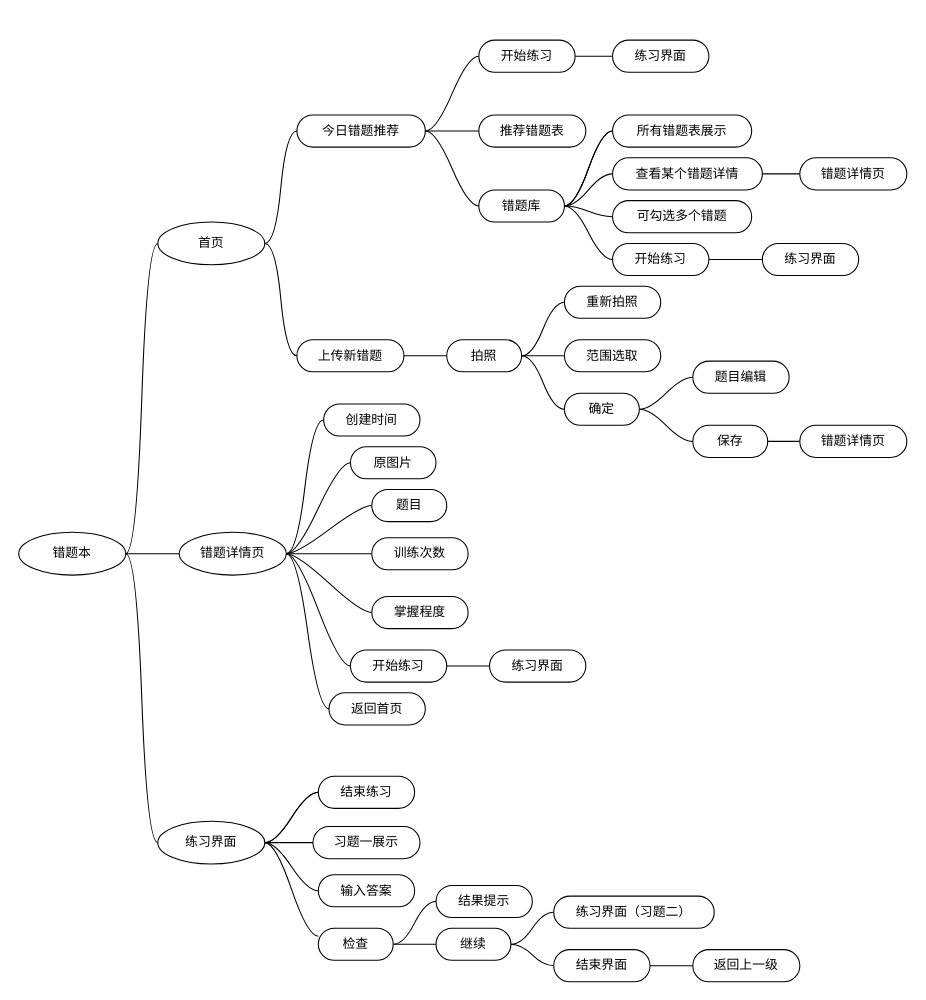
This is page "Product Structure Diagram" (3 of 5) of Diagram/ Error Book Diagram.drawio from RickYangzz/AI_Education, a draw.io file, before an edit. Source tidied: cells renumbered, new cells numbered last; positions are measured from the earlier drawing's top-left corner, leaving out a move shared by most shapes. Both pictures are drawn from the tidied source at 107%, with x=0, y=0 at pixel (18, 40).
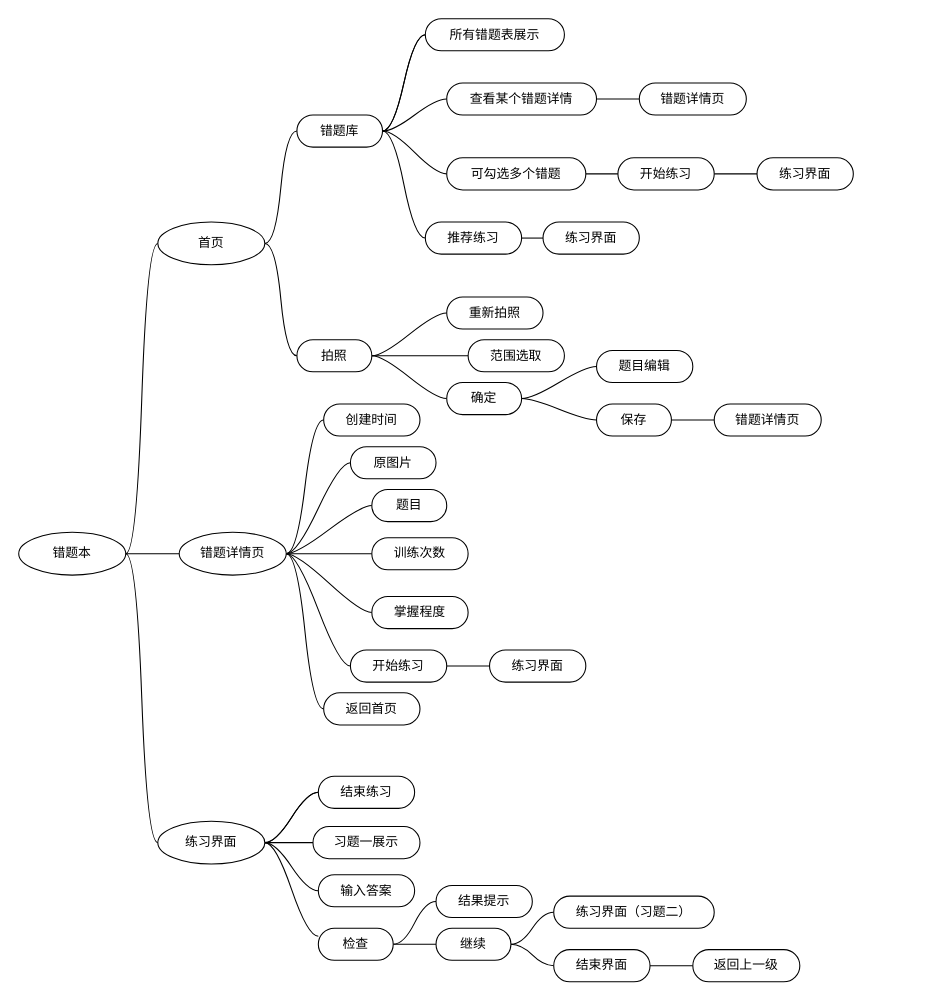
The same page after the edit.

Commit message:
feat: Flow Diagram Finished

Unchanged cells that the change refers to:
```xml
<mxCell id="8" value="首页" style="ellipse;whiteSpace=wrap;html=1;align=center;newEdgeStyle={&quot;edgeStyle&quot;:&quot;entityRelationEdgeStyle&quot;,&quot;startArrow&quot;:&quot;none&quot;,&quot;endArrow&quot;:&quot;none&quot;,&quot;segment&quot;:10,&quot;curved&quot;:1,&quot;sourcePerimeterSpacing&quot;:0,&quot;targetPerimeterSpacing&quot;:0};" parent="1" vertex="1">
  <mxGeometry x="130" y="170" width="100" height="40" as="geometry" />
</mxCell>
```

What changed in the source:
```diff
@@
-    <mxCell id="6" style="edgeStyle=entityRelationEdgeStyle;rounded=0;jettySize=auto;html=1;startArrow=none;endArrow=none;segment=10;curved=1;sourcePerimeterSpacing=0;targetPerimeterSpacing=0;entryX=0;entryY=0.5;entryDx=0;entryDy=0;" parent="1" edge="1" source="8" target="12">
-      <mxGeometry relative="1" as="geometry" />
+    <mxCell id="6" style="edgeStyle=entityRelationEdgeStyle;rounded=0;jettySize=auto;html=1;startArrow=none;endArrow=none;segment=10;curved=1;sourcePerimeterSpacing=0;targetPerimeterSpacing=0;entryX=0;entryY=0.5;entryDx=0;entryDy=0;" parent="1" edge="1" source="8">
+      <mxGeometry relative="1" as="geometry">
+        <mxPoint x="260" y="85" as="targetPoint" />
+      </mxGeometry>
     </mxCell>
-    <mxCell id="7" style="edgeStyle=entityRelationEdgeStyle;rounded=0;jettySize=auto;html=1;startArrow=none;endArrow=none;segment=10;curved=1;sourcePerimeterSpacing=0;targetPerimeterSpacing=0;" parent="1" edge="1" source="8" target="14">
-      <mxGeometry relative="1" as="geometry" />
+    <mxCell id="7" style="edgeStyle=entityRelationEdgeStyle;rounded=0;jettySize=auto;html=1;startArrow=none;endArrow=none;segment=10;curved=1;sourcePerimeterSpacing=0;targetPerimeterSpacing=0;" parent="1" edge="1" source="8">
+      <mxGeometry relative="1" as="geometry">
+        <mxPoint x="260" y="295" as="targetPoint" />
+      </mxGeometry>
     </mxCell>
@@
-    <mxCell id="9" style="edgeStyle=entityRelationEdgeStyle;rounded=0;jettySize=auto;html=1;startArrow=none;endArrow=none;segment=10;curved=1;sourcePerimeterSpacing=0;targetPerimeterSpacing=0;entryX=0;entryY=0.5;entryDx=0;entryDy=0;" parent="1" edge="1" source="12" target="16">
-      <mxGeometry relative="1" as="geometry" />
-    </mxCell>
-    <mxCell id="10" style="edgeStyle=entityRelationEdgeStyle;rounded=0;jettySize=auto;html=1;startArrow=none;endArrow=none;segment=10;curved=1;sourcePerimeterSpacing=0;targetPerimeterSpacing=0;entryX=0;entryY=0.5;entryDx=0;entryDy=0;" parent="1" edge="1" source="12" target="22">
-      <mxGeometry relative="1" as="geometry" />
-    </mxCell>
-    <mxCell id="11" style="edgeStyle=entityRelationEdgeStyle;rounded=0;jettySize=auto;html=1;startArrow=none;endArrow=none;segment=10;curved=1;sourcePerimeterSpacing=0;targetPerimeterSpacing=0;" parent="1" edge="1" source="12" target="56">
-      <mxGeometry relative="1" as="geometry" />
-    </mxCell>
-    <mxCell id="12" value="今日错题推荐" style="whiteSpace=wrap;html=1;rounded=1;arcSize=50;align=center;verticalAlign=middle;strokeWidth=1;spacing=4;newEdgeStyle={&quot;edgeStyle&quot;:&quot;entityRelationEdgeStyle&quot;,&quot;startArrow&quot;:&quot;none&quot;,&quot;endArrow&quot;:&quot;none&quot;,&quot;segment&quot;:10,&quot;curved&quot;:1,&quot;sourcePerimeterSpacing&quot;:0,&quot;targetPerimeterSpacing&quot;:0};" parent="1" vertex="1">
-      <mxGeometry x="260" y="70" width="120" height="30" as="geometry" />
-    </mxCell>
-    <mxCell id="13" style="edgeStyle=entityRelationEdgeStyle;rounded=0;jettySize=auto;html=1;startArrow=none;endArrow=none;segment=10;curved=1;sourcePerimeterSpacing=0;targetPerimeterSpacing=0;entryX=0;entryY=0.5;entryDx=0;entryDy=0;" parent="1" edge="1" source="14" target="26">
-      <mxGeometry relative="1" as="geometry" />
-    </mxCell>
-    <mxCell id="14" value="上传新错题" style="whiteSpace=wrap;html=1;rounded=1;arcSize=50;align=center;verticalAlign=middle;strokeWidth=1;spacing=4;newEdgeStyle={&quot;edgeStyle&quot;:&quot;entityRelationEdgeStyle&quot;,&quot;startArrow&quot;:&quot;none&quot;,&quot;endArrow&quot;:&quot;none&quot;,&quot;segment&quot;:10,&quot;curved&quot;:1,&quot;sourcePerimeterSpacing&quot;:0,&quot;targetPerimeterSpacing&quot;:0};" parent="1" vertex="1">
-      <mxGeometry x="260" y="280" width="100" height="30" as="geometry" />
-    </mxCell>
-    <mxCell id="15" style="edgeStyle=entityRelationEdgeStyle;rounded=0;jettySize=auto;html=1;startArrow=none;endArrow=none;segment=10;curved=1;sourcePerimeterSpacing=0;targetPerimeterSpacing=0;" parent="1" edge="1" source="16" target="57">
-      <mxGeometry relative="1" as="geometry" />
-    </mxCell>
-    <mxCell id="16" value="开始练习" style="whiteSpace=wrap;html=1;rounded=1;arcSize=50;align=center;verticalAlign=middle;strokeWidth=1;spacing=4;newEdgeStyle={&quot;edgeStyle&quot;:&quot;entityRelationEdgeStyle&quot;,&quot;startArrow&quot;:&quot;none&quot;,&quot;endArrow&quot;:&quot;none&quot;,&quot;segment&quot;:10,&quot;curved&quot;:1,&quot;sourcePerimeterSpacing&quot;:0,&quot;targetPerimeterSpacing&quot;:0};" parent="1" vertex="1">
-      <mxGeometry x="430" width="90" height="30" as="geometry" />
-    </mxCell>
@@
-    <mxCell id="20" style="edgeStyle=entityRelationEdgeStyle;rounded=0;jettySize=auto;html=1;startArrow=none;endArrow=none;segment=10;curved=1;sourcePerimeterSpacing=0;targetPerimeterSpacing=0;entryX=0;entryY=0.5;entryDx=0;entryDy=0;" parent="1" edge="1" source="22" target="55">
-      <mxGeometry relative="1" as="geometry" />
-    </mxCell>
@@
+    <mxCell id="83" style="edgeStyle=entityRelationEdgeStyle;rounded=0;jettySize=auto;html=1;startArrow=none;endArrow=none;segment=10;curved=1;sourcePerimeterSpacing=0;targetPerimeterSpacing=0;entryX=0;entryY=0.5;entryDx=0;entryDy=0;" parent="1" edge="1" source="22" target="86">
+      <mxGeometry relative="1" as="geometry" />
+    </mxCell>
     <mxCell id="22" value="错题库" style="whiteSpace=wrap;html=1;rounded=1;arcSize=50;align=center;verticalAlign=middle;strokeWidth=1;spacing=4;newEdgeStyle={&quot;edgeStyle&quot;:&quot;entityRelationEdgeStyle&quot;,&quot;startArrow&quot;:&quot;none&quot;,&quot;endArrow&quot;:&quot;none&quot;,&quot;segment&quot;:10,&quot;curved&quot;:1,&quot;sourcePerimeterSpacing&quot;:0,&quot;targetPerimeterSpacing&quot;:0};" parent="1" vertex="1">
-      <mxGeometry x="430" y="140" width="80" height="30" as="geometry" />
+      <mxGeometry x="260" y="70" width="80" height="30" as="geometry" />
     </mxCell>
@@
     <mxCell id="26" value="拍照" style="whiteSpace=wrap;html=1;rounded=1;arcSize=50;align=center;verticalAlign=middle;strokeWidth=1;spacing=4;newEdgeStyle={&quot;edgeStyle&quot;:&quot;entityRelationEdgeStyle&quot;,&quot;startArrow&quot;:&quot;none&quot;,&quot;endArrow&quot;:&quot;none&quot;,&quot;segment&quot;:10,&quot;curved&quot;:1,&quot;sourcePerimeterSpacing&quot;:0,&quot;targetPerimeterSpacing&quot;:0};" parent="1" vertex="1">
-      <mxGeometry x="400" y="280" width="70" height="30" as="geometry" />
+      <mxGeometry x="260" y="280" width="70" height="30" as="geometry" />
     </mxCell>
     <mxCell id="27" value="重新拍照" style="whiteSpace=wrap;html=1;rounded=1;arcSize=50;align=center;verticalAlign=middle;strokeWidth=1;spacing=4;newEdgeStyle={&quot;edgeStyle&quot;:&quot;entityRelationEdgeStyle&quot;,&quot;startArrow&quot;:&quot;none&quot;,&quot;endArrow&quot;:&quot;none&quot;,&quot;segment&quot;:10,&quot;curved&quot;:1,&quot;sourcePerimeterSpacing&quot;:0,&quot;targetPerimeterSpacing&quot;:0};" parent="1" vertex="1">
-      <mxGeometry x="510" y="230" width="90" height="30" as="geometry" />
+      <mxGeometry x="400" y="240" width="90" height="30" as="geometry" />
     </mxCell>
     <mxCell id="28" value="范围选取" style="whiteSpace=wrap;html=1;rounded=1;arcSize=50;align=center;verticalAlign=middle;strokeWidth=1;spacing=4;newEdgeStyle={&quot;edgeStyle&quot;:&quot;entityRelationEdgeStyle&quot;,&quot;startArrow&quot;:&quot;none&quot;,&quot;endArrow&quot;:&quot;none&quot;,&quot;segment&quot;:10,&quot;curved&quot;:1,&quot;sourcePerimeterSpacing&quot;:0,&quot;targetPerimeterSpacing&quot;:0};" parent="1" vertex="1">
-      <mxGeometry x="510" y="280" width="90" height="30" as="geometry" />
+      <mxGeometry x="420" y="280" width="90" height="30" as="geometry" />
     </mxCell>
@@
     <mxCell id="31" value="确定" style="whiteSpace=wrap;html=1;rounded=1;arcSize=50;align=center;verticalAlign=middle;strokeWidth=1;spacing=4;newEdgeStyle={&quot;edgeStyle&quot;:&quot;entityRelationEdgeStyle&quot;,&quot;startArrow&quot;:&quot;none&quot;,&quot;endArrow&quot;:&quot;none&quot;,&quot;segment&quot;:10,&quot;curved&quot;:1,&quot;sourcePerimeterSpacing&quot;:0,&quot;targetPerimeterSpacing&quot;:0};" parent="1" vertex="1">
-      <mxGeometry x="510" y="330" width="70" height="30" as="geometry" />
+      <mxGeometry x="400" y="320" width="70" height="30" as="geometry" />
     </mxCell>
     <mxCell id="32" value="题目编辑" style="whiteSpace=wrap;html=1;rounded=1;arcSize=50;align=center;verticalAlign=middle;strokeWidth=1;spacing=4;newEdgeStyle={&quot;edgeStyle&quot;:&quot;entityRelationEdgeStyle&quot;,&quot;startArrow&quot;:&quot;none&quot;,&quot;endArrow&quot;:&quot;none&quot;,&quot;segment&quot;:10,&quot;curved&quot;:1,&quot;sourcePerimeterSpacing&quot;:0,&quot;targetPerimeterSpacing&quot;:0};" parent="1" vertex="1">
-      <mxGeometry x="630" y="300" width="90" height="30" as="geometry" />
+      <mxGeometry x="540" y="290" width="90" height="30" as="geometry" />
     </mxCell>
@@
     <mxCell id="34" value="保存" style="whiteSpace=wrap;html=1;rounded=1;arcSize=50;align=center;verticalAlign=middle;strokeWidth=1;spacing=4;newEdgeStyle={&quot;edgeStyle&quot;:&quot;entityRelationEdgeStyle&quot;,&quot;startArrow&quot;:&quot;none&quot;,&quot;endArrow&quot;:&quot;none&quot;,&quot;segment&quot;:10,&quot;curved&quot;:1,&quot;sourcePerimeterSpacing&quot;:0,&quot;targetPerimeterSpacing&quot;:0};" parent="1" vertex="1">
-      <mxGeometry x="630" y="360" width="70" height="30" as="geometry" />
+      <mxGeometry x="540" y="340" width="70" height="30" as="geometry" />
     </mxCell>
@@
     <mxCell id="36" value="查看某个错题详情" style="whiteSpace=wrap;html=1;rounded=1;arcSize=50;align=center;verticalAlign=middle;strokeWidth=1;spacing=4;newEdgeStyle={&quot;edgeStyle&quot;:&quot;entityRelationEdgeStyle&quot;,&quot;startArrow&quot;:&quot;none&quot;,&quot;endArrow&quot;:&quot;none&quot;,&quot;segment&quot;:10,&quot;curved&quot;:1,&quot;sourcePerimeterSpacing&quot;:0,&quot;targetPerimeterSpacing&quot;:0};" parent="1" vertex="1">
-      <mxGeometry x="555" y="110" width="140" height="30" as="geometry" />
+      <mxGeometry x="400" y="40" width="140" height="30" as="geometry" />
     </mxCell>
     <mxCell id="37" value="错题详情页" style="whiteSpace=wrap;html=1;rounded=1;arcSize=50;align=center;verticalAlign=middle;strokeWidth=1;spacing=4;newEdgeStyle={&quot;edgeStyle&quot;:&quot;entityRelationEdgeStyle&quot;,&quot;startArrow&quot;:&quot;none&quot;,&quot;endArrow&quot;:&quot;none&quot;,&quot;segment&quot;:10,&quot;curved&quot;:1,&quot;sourcePerimeterSpacing&quot;:0,&quot;targetPerimeterSpacing&quot;:0};" parent="1" vertex="1">
-      <mxGeometry x="730" y="360" width="100" height="30" as="geometry" />
+      <mxGeometry x="650" y="340" width="100" height="30" as="geometry" />
     </mxCell>
     <mxCell id="38" value="错题详情页" style="whiteSpace=wrap;html=1;rounded=1;arcSize=50;align=center;verticalAlign=middle;strokeWidth=1;spacing=4;newEdgeStyle={&quot;edgeStyle&quot;:&quot;entityRelationEdgeStyle&quot;,&quot;startArrow&quot;:&quot;none&quot;,&quot;endArrow&quot;:&quot;none&quot;,&quot;segment&quot;:10,&quot;curved&quot;:1,&quot;sourcePerimeterSpacing&quot;:0,&quot;targetPerimeterSpacing&quot;:0};" parent="1" vertex="1">
-      <mxGeometry x="730" y="110" width="100" height="30" as="geometry" />
+      <mxGeometry x="580" y="40" width="100" height="30" as="geometry" />
     </mxCell>
@@
     <mxCell id="51" value="返回首页" style="whiteSpace=wrap;html=1;rounded=1;arcSize=50;align=center;verticalAlign=middle;strokeWidth=1;spacing=4;newEdgeStyle={&quot;edgeStyle&quot;:&quot;entityRelationEdgeStyle&quot;,&quot;startArrow&quot;:&quot;none&quot;,&quot;endArrow&quot;:&quot;none&quot;,&quot;segment&quot;:10,&quot;curved&quot;:1,&quot;sourcePerimeterSpacing&quot;:0,&quot;targetPerimeterSpacing&quot;:0};" parent="1" vertex="1">
-      <mxGeometry x="290" y="610" width="90" height="30" as="geometry" />
+      <mxGeometry x="285" y="610" width="90" height="30" as="geometry" />
     </mxCell>
     <mxCell id="52" value="所有错题表展示" style="whiteSpace=wrap;html=1;rounded=1;arcSize=50;align=center;verticalAlign=middle;strokeWidth=1;spacing=4;newEdgeStyle={&quot;edgeStyle&quot;:&quot;entityRelationEdgeStyle&quot;,&quot;startArrow&quot;:&quot;none&quot;,&quot;endArrow&quot;:&quot;none&quot;,&quot;segment&quot;:10,&quot;curved&quot;:1,&quot;sourcePerimeterSpacing&quot;:0,&quot;targetPerimeterSpacing&quot;:0};" parent="1" vertex="1">
-      <mxGeometry x="555" y="70" width="130" height="30" as="geometry" />
+      <mxGeometry x="380" y="-20" width="130" height="30" as="geometry" />
     </mxCell>
+    <mxCell id="84" style="edgeStyle=entityRelationEdgeStyle;rounded=0;jettySize=auto;html=1;startArrow=none;endArrow=none;segment=10;curved=1;sourcePerimeterSpacing=0;targetPerimeterSpacing=0;entryX=0;entryY=0.5;entryDx=0;entryDy=0;" parent="1" edge="1" source="53" target="55">
+      <mxGeometry relative="1" as="geometry" />
+    </mxCell>
     <mxCell id="53" value="可勾选多个错题" style="whiteSpace=wrap;html=1;rounded=1;arcSize=50;align=center;verticalAlign=middle;strokeWidth=1;spacing=4;newEdgeStyle={&quot;edgeStyle&quot;:&quot;entityRelationEdgeStyle&quot;,&quot;startArrow&quot;:&quot;none&quot;,&quot;endArrow&quot;:&quot;none&quot;,&quot;segment&quot;:10,&quot;curved&quot;:1,&quot;sourcePerimeterSpacing&quot;:0,&quot;targetPerimeterSpacing&quot;:0};" parent="1" vertex="1">
-      <mxGeometry x="555" y="150" width="130" height="30" as="geometry" />
+      <mxGeometry x="400" y="110" width="130" height="30" as="geometry" />
     </mxCell>
@@
     <mxCell id="55" value="开始练习" style="whiteSpace=wrap;html=1;rounded=1;arcSize=50;align=center;verticalAlign=middle;strokeWidth=1;spacing=4;newEdgeStyle={&quot;edgeStyle&quot;:&quot;entityRelationEdgeStyle&quot;,&quot;startArrow&quot;:&quot;none&quot;,&quot;endArrow&quot;:&quot;none&quot;,&quot;segment&quot;:10,&quot;curved&quot;:1,&quot;sourcePerimeterSpacing&quot;:0,&quot;targetPerimeterSpacing&quot;:0};" parent="1" vertex="1">
-      <mxGeometry x="555" y="190" width="90" height="30" as="geometry" />
+      <mxGeometry x="560" y="110" width="90" height="30" as="geometry" />
     </mxCell>
-    <mxCell id="56" value="推荐错题表" style="whiteSpace=wrap;html=1;rounded=1;arcSize=50;align=center;verticalAlign=middle;strokeWidth=1;spacing=4;newEdgeStyle={&quot;edgeStyle&quot;:&quot;entityRelationEdgeStyle&quot;,&quot;startArrow&quot;:&quot;none&quot;,&quot;endArrow&quot;:&quot;none&quot;,&quot;segment&quot;:10,&quot;curved&quot;:1,&quot;sourcePerimeterSpacing&quot;:0,&quot;targetPerimeterSpacing&quot;:0};" parent="1" vertex="1">
-      <mxGeometry x="430" y="70" width="100" height="30" as="geometry" />
-    </mxCell>
-    <mxCell id="57" value="练习界面" style="whiteSpace=wrap;html=1;rounded=1;arcSize=50;align=center;verticalAlign=middle;strokeWidth=1;spacing=4;newEdgeStyle={&quot;edgeStyle&quot;:&quot;entityRelationEdgeStyle&quot;,&quot;startArrow&quot;:&quot;none&quot;,&quot;endArrow&quot;:&quot;none&quot;,&quot;segment&quot;:10,&quot;curved&quot;:1,&quot;sourcePerimeterSpacing&quot;:0,&quot;targetPerimeterSpacing&quot;:0};" parent="1" vertex="1">
-      <mxGeometry x="555" width="90" height="30" as="geometry" />
-    </mxCell>
     <mxCell id="58" value="练习界面" style="whiteSpace=wrap;html=1;rounded=1;arcSize=50;align=center;verticalAlign=middle;strokeWidth=1;spacing=4;newEdgeStyle={&quot;edgeStyle&quot;:&quot;entityRelationEdgeStyle&quot;,&quot;startArrow&quot;:&quot;none&quot;,&quot;endArrow&quot;:&quot;none&quot;,&quot;segment&quot;:10,&quot;curved&quot;:1,&quot;sourcePerimeterSpacing&quot;:0,&quot;targetPerimeterSpacing&quot;:0};" parent="1" vertex="1">
-      <mxGeometry x="695" y="190" width="90" height="30" as="geometry" />
+      <mxGeometry x="690" y="110" width="90" height="30" as="geometry" />
     </mxCell>
@@
+    <mxCell id="85" style="edgeStyle=entityRelationEdgeStyle;rounded=0;jettySize=auto;html=1;startArrow=none;endArrow=none;segment=10;curved=1;sourcePerimeterSpacing=0;targetPerimeterSpacing=0;entryX=0;entryY=0.5;entryDx=0;entryDy=0;" parent="1" edge="1" source="86" target="57">
+      <mxGeometry relative="1" as="geometry" />
+    </mxCell>
+    <mxCell id="86" value="推荐练习" style="whiteSpace=wrap;html=1;rounded=1;arcSize=50;align=center;verticalAlign=middle;strokeWidth=1;spacing=4;newEdgeStyle={&quot;edgeStyle&quot;:&quot;entityRelationEdgeStyle&quot;,&quot;startArrow&quot;:&quot;none&quot;,&quot;endArrow&quot;:&quot;none&quot;,&quot;segment&quot;:10,&quot;curved&quot;:1,&quot;sourcePerimeterSpacing&quot;:0,&quot;targetPerimeterSpacing&quot;:0};" parent="1" vertex="1">
+      <mxGeometry x="380" y="170" width="90" height="30" as="geometry" />
+    </mxCell>
+    <mxCell id="57" value="练习界面" style="whiteSpace=wrap;html=1;rounded=1;arcSize=50;align=center;verticalAlign=middle;strokeWidth=1;spacing=4;newEdgeStyle={&quot;edgeStyle&quot;:&quot;entityRelationEdgeStyle&quot;,&quot;startArrow&quot;:&quot;none&quot;,&quot;endArrow&quot;:&quot;none&quot;,&quot;segment&quot;:10,&quot;curved&quot;:1,&quot;sourcePerimeterSpacing&quot;:0,&quot;targetPerimeterSpacing&quot;:0};" parent="1" vertex="1">
+      <mxGeometry x="490" y="170" width="90" height="30" as="geometry" />
+    </mxCell>
```
